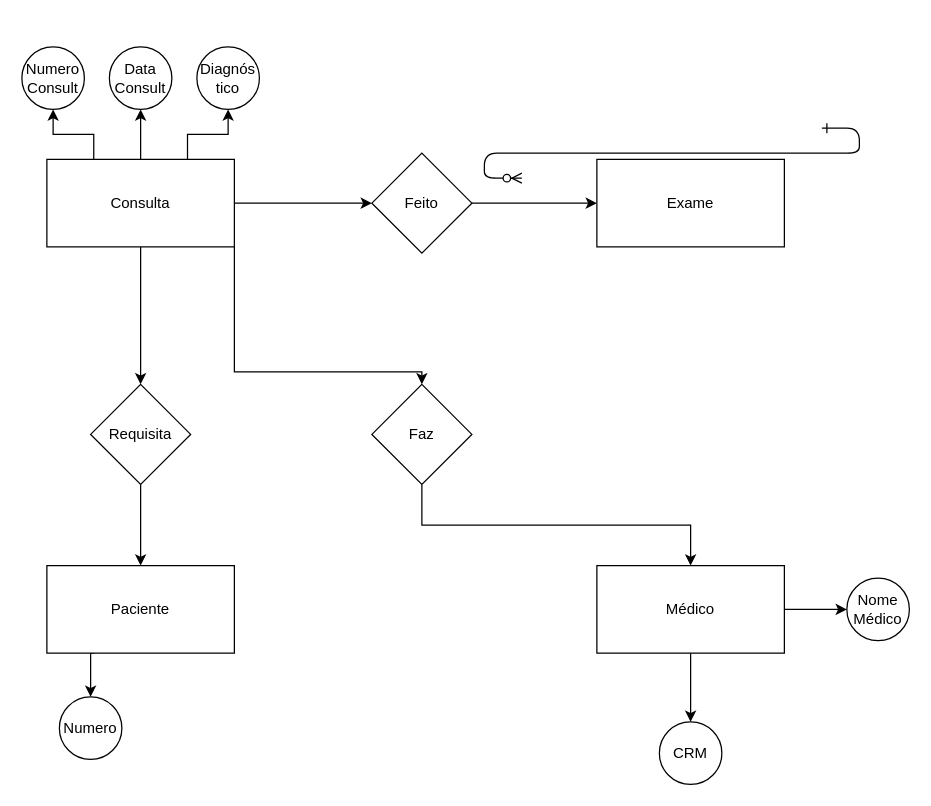
Above: Q2 Normalizacao.drawio in J4oG/NormalizationExercise (draw.io), before the change. Source tidied: cells renumbered, new cells numbered last; positions are measured from the earlier drawing's top-left corner, leaving out a move shared by most shapes. Both pictures are drawn from the tidied source at 125%, with x=0, y=0 at pixel (21, 46).
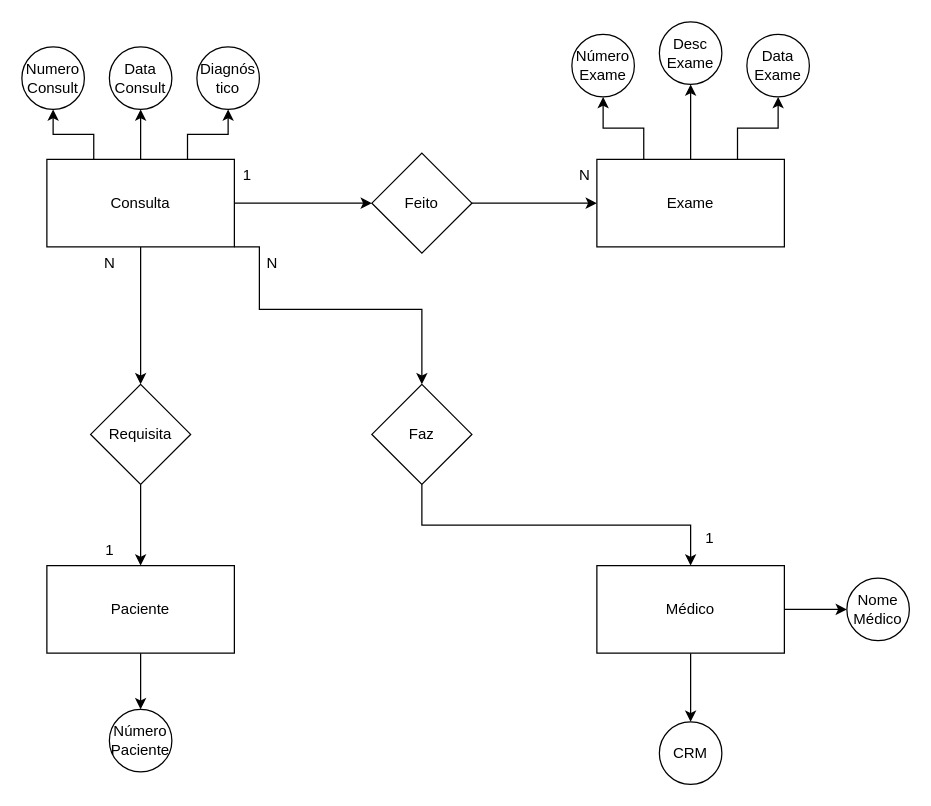
After the change.

The change refers to these unchanged cells:
```xml
<mxCell id="9" value="Consulta" style="rounded=0;whiteSpace=wrap;html=1;" parent="1" vertex="1">
  <mxGeometry x="20" y="90" width="150" height="70" as="geometry" />
</mxCell>
<mxCell id="11" value="Paciente" style="rounded=0;whiteSpace=wrap;html=1;" parent="1" vertex="1">
  <mxGeometry x="20" y="415" width="150" height="70" as="geometry" />
</mxCell>
<mxCell id="15" value="Exame" style="rounded=0;whiteSpace=wrap;html=1;" parent="1" vertex="1">
  <mxGeometry x="460" y="90" width="150" height="70" as="geometry" />
</mxCell>
<mxCell id="21" value="Faz" style="rhombus;whiteSpace=wrap;html=1;" parent="1" vertex="1">
  <mxGeometry x="280" y="270" width="80" height="80" as="geometry" />
</mxCell>
```

Diff of the diagram source:
```diff
@@
-    <mxCell id="2" style="edgeStyle=entityRelationEdgeStyle;endArrow=ERzeroToMany;startArrow=ERone;endFill=1;startFill=0;" parent="1" edge="1">
-      <mxGeometry relative="1" as="geometry">
-        <mxPoint x="640" y="65" as="sourcePoint" />
-        <mxPoint x="400" y="105" as="targetPoint" />
-      </mxGeometry>
-    </mxCell>
@@
     <mxCell id="5" style="edgeStyle=orthogonalEdgeStyle;rounded=0;jettySize=auto;html=1;exitX=1;exitY=1;exitDx=0;exitDy=0;" parent="1" edge="1" source="9" target="21">
       <mxGeometry relative="1" as="geometry">
         <Array as="points">
-          <mxPoint x="170" y="260" />
-          <mxPoint x="320" y="260" />
+          <mxPoint x="190" y="160" />
+          <mxPoint x="190" y="210" />
+          <mxPoint x="320" y="210" />
         </Array>
       </mxGeometry>
     </mxCell>
@@
-    <mxCell id="10" style="edgeStyle=orthogonalEdgeStyle;rounded=0;jettySize=auto;html=1;exitX=0.25;exitY=1;exitDx=0;exitDy=0;entryX=0.5;entryY=0;entryDx=0;entryDy=0;" parent="1" edge="1" source="11" target="22">
+    <mxCell id="10" style="edgeStyle=orthogonalEdgeStyle;rounded=0;jettySize=auto;html=1;exitX=0.5;exitY=1;exitDx=0;exitDy=0;entryX=0.5;entryY=0;entryDx=0;entryDy=0;" parent="1" edge="1" source="11" target="22">
       <mxGeometry relative="1" as="geometry" />
     </mxCell>
@@
+    <mxCell id="28" style="edgeStyle=orthogonalEdgeStyle;rounded=0;jettySize=auto;html=1;exitX=0.25;exitY=0;exitDx=0;exitDy=0;entryX=0.5;entryY=1;entryDx=0;entryDy=0;" parent="1" edge="1" source="15" target="31">
+      <mxGeometry relative="1" as="geometry" />
+    </mxCell>
+    <mxCell id="29" style="edgeStyle=orthogonalEdgeStyle;rounded=0;jettySize=auto;html=1;exitX=0.75;exitY=0;exitDx=0;exitDy=0;entryX=0.5;entryY=1;entryDx=0;entryDy=0;" parent="1" edge="1" source="15" target="32">
+      <mxGeometry relative="1" as="geometry" />
+    </mxCell>
+    <mxCell id="30" style="edgeStyle=orthogonalEdgeStyle;rounded=0;jettySize=auto;html=1;exitX=0.5;exitY=0;exitDx=0;exitDy=0;" parent="1" edge="1" source="15">
+      <mxGeometry relative="1" as="geometry">
+        <mxPoint x="535" y="30" as="targetPoint" />
+      </mxGeometry>
+    </mxCell>
@@
-    <mxCell id="22" value="Numero" style="ellipse;whiteSpace=wrap;html=1;" parent="1" vertex="1">
-      <mxGeometry x="30" y="520" width="50" height="50" as="geometry" />
+    <mxCell id="22" value="Número&lt;br&gt;Paciente" style="ellipse;whiteSpace=wrap;html=1;" parent="1" vertex="1">
+      <mxGeometry x="70" y="530" width="50" height="50" as="geometry" />
     </mxCell>
@@
+    <mxCell id="31" value="Número&lt;div&gt;Exame&lt;/div&gt;" style="ellipse;whiteSpace=wrap;html=1;" parent="1" vertex="1">
+      <mxGeometry x="440" y="-10" width="50" height="50" as="geometry" />
+    </mxCell>
+    <mxCell id="32" value="Data&lt;br&gt;Exame" style="ellipse;whiteSpace=wrap;html=1;" parent="1" vertex="1">
+      <mxGeometry x="580" y="-10" width="50" height="50" as="geometry" />
+    </mxCell>
+    <mxCell id="33" value="Desc&lt;br&gt;Exame" style="ellipse;whiteSpace=wrap;html=1;" parent="1" vertex="1">
+      <mxGeometry x="510" y="-20" width="50" height="50" as="geometry" />
+    </mxCell>
+    <mxCell id="34" value="1" style="text;html=1;align=center;verticalAlign=middle;strokeColor=none;fillColor=none;" parent="1" vertex="1">
+      <mxGeometry x="165" y="88" width="30" height="30" as="geometry" />
+    </mxCell>
+    <mxCell id="35" value="N" style="text;html=1;align=center;verticalAlign=middle;strokeColor=none;fillColor=none;" parent="1" vertex="1">
+      <mxGeometry x="435" y="88" width="30" height="30" as="geometry" />
+    </mxCell>
+    <mxCell id="36" value="N" style="text;html=1;align=center;verticalAlign=middle;strokeColor=none;fillColor=none;" parent="1" vertex="1">
+      <mxGeometry x="185" y="158" width="30" height="30" as="geometry" />
+    </mxCell>
+    <mxCell id="37" value="1" style="text;html=1;align=center;verticalAlign=middle;strokeColor=none;fillColor=none;" parent="1" vertex="1">
+      <mxGeometry x="535" y="378" width="30" height="30" as="geometry" />
+    </mxCell>
+    <mxCell id="38" value="1" style="text;html=1;align=center;verticalAlign=middle;strokeColor=none;fillColor=none;" parent="1" vertex="1">
+      <mxGeometry x="55" y="388" width="30" height="30" as="geometry" />
+    </mxCell>
+    <mxCell id="39" value="N" style="text;html=1;align=center;verticalAlign=middle;strokeColor=none;fillColor=none;" parent="1" vertex="1">
+      <mxGeometry x="55" y="158" width="30" height="30" as="geometry" />
+    </mxCell>
```
